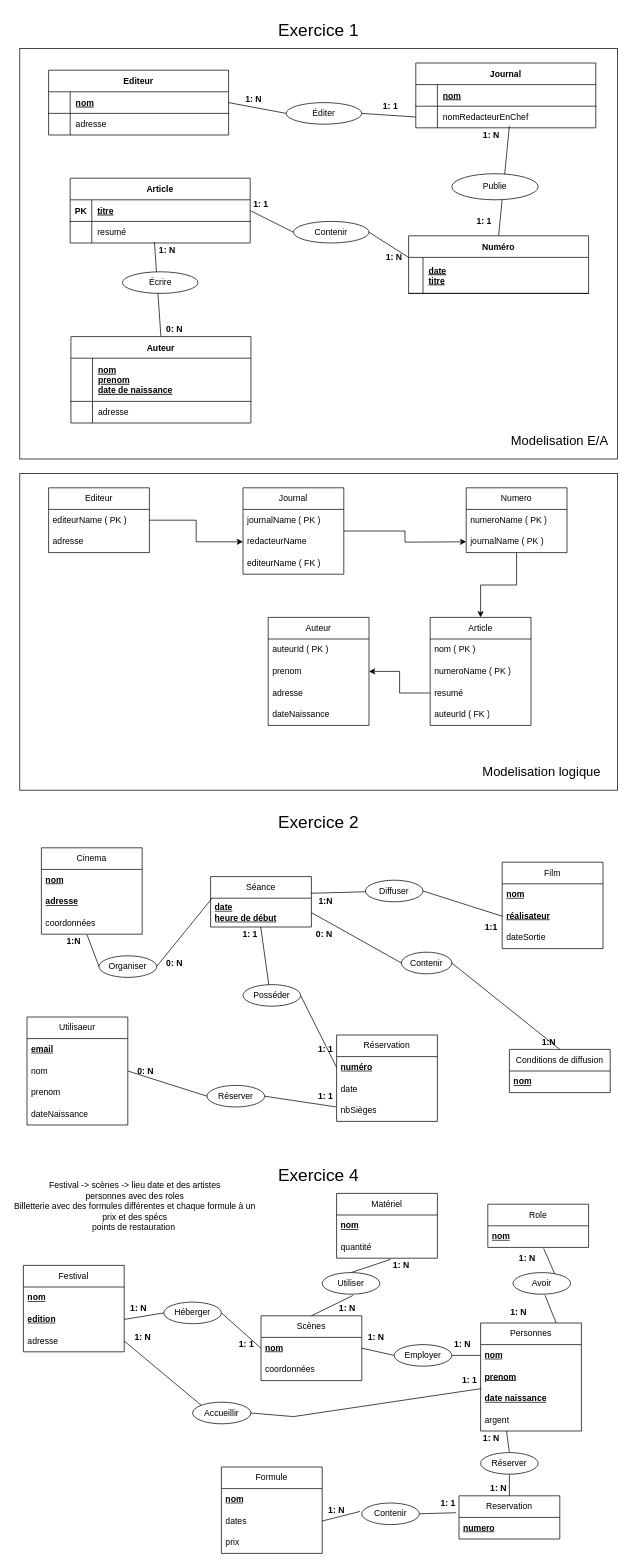
This is TP-1-Modelisation/exercice-1.drawio from florian-alb/administration-bdd-2025, a draw.io file, before an edit. Source tidied: cells renumbered, new cells numbered last; positions are measured from the earlier drawing's top-left corner, leaving out a move shared by most shapes. Both pictures are drawn from the tidied source at 72%, with x=0, y=0 at pixel (12, 12).
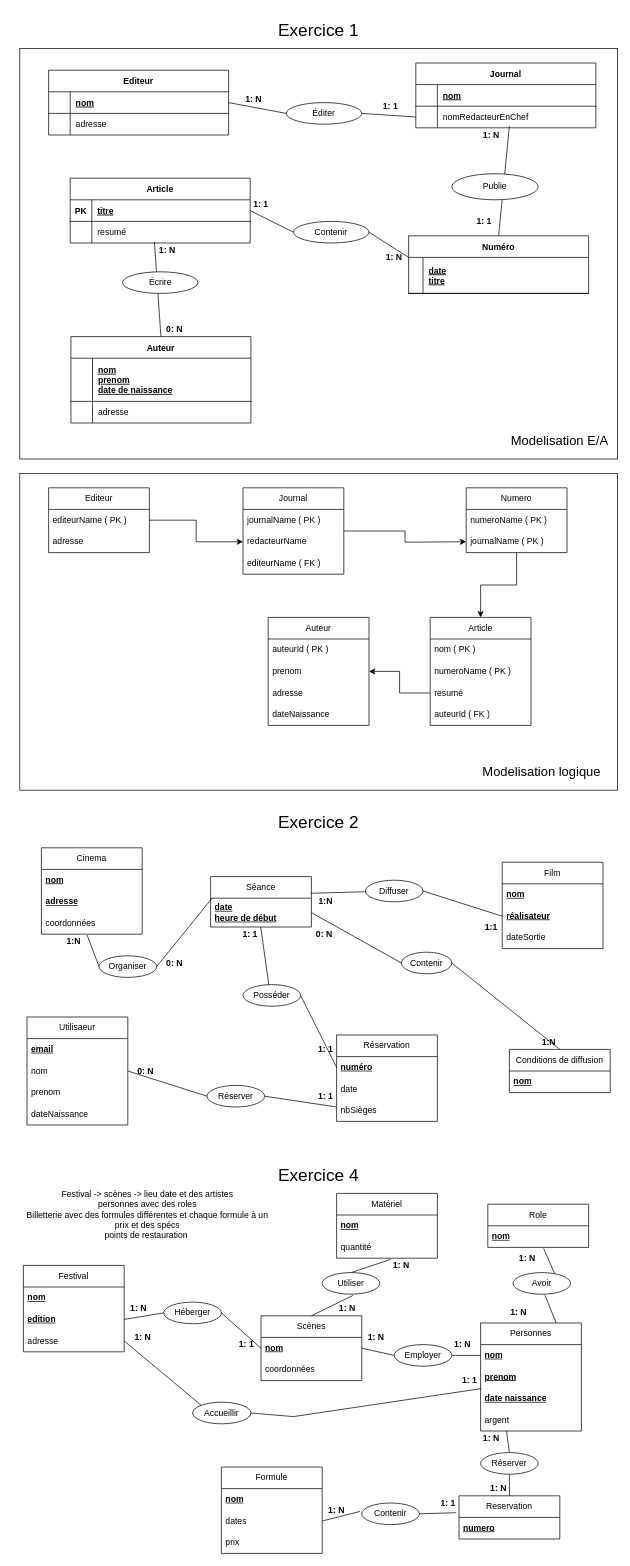
The same page after the edit.

Commit message:
Mettre à jour exercice-1.drawio

Change to the diagram source:
```diff
@@
-    <mxCell id="130" value="Festival -&amp;gt; scènes -&amp;gt; lieu date et des artistes&lt;br&gt;personnes avec des roles&lt;br&gt;Billetterie avec des formules différentes et chaque formule à un prix et des spécs&lt;div&gt;points de restauration&amp;nbsp;&lt;/div&gt;&lt;div&gt;&lt;div&gt;&lt;br&gt;&lt;/div&gt;&lt;/div&gt;" style="text;html=1;align=center;verticalAlign=middle;whiteSpace=wrap;rounded=0;" parent="1" vertex="1">
-      <mxGeometry y="1610" width="340" height="110" as="geometry" />
+    <mxCell id="130" value="Festival -&amp;gt; scènes -&amp;gt; lieu date et des artistes&lt;br&gt;personnes avec des roles&lt;br&gt;Billetterie avec des formules différentes et chaque formule à un prix et des spécs&lt;div&gt;points de restauration&amp;nbsp;&lt;/div&gt;" style="text;html=1;align=center;verticalAlign=middle;whiteSpace=wrap;rounded=0;" parent="1" vertex="1">
+      <mxGeometry x="15" y="1620" width="345" height="100" as="geometry" />
     </mxCell>
```
